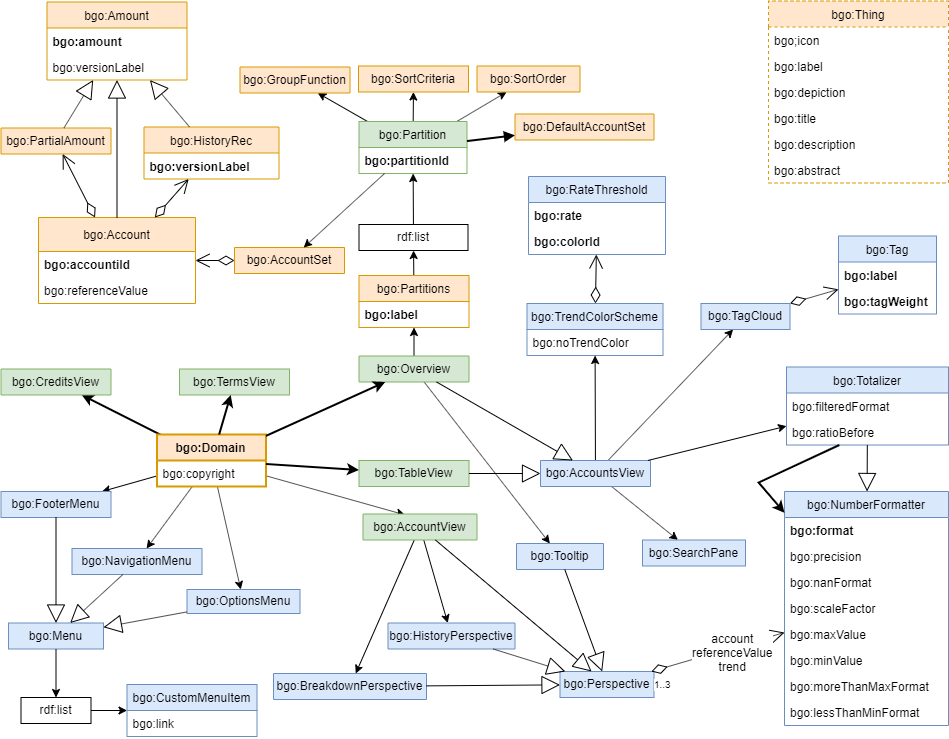
Earlier version of the draw.io export v1/bgo/doc/uml-diagram.png (linkeddatacenter/LODMAP-ontologies). Source tidied: cells renumbered, new cells last; positions are measured from the earlier drawing's top-left corner, leaving out a move shared by most shapes.
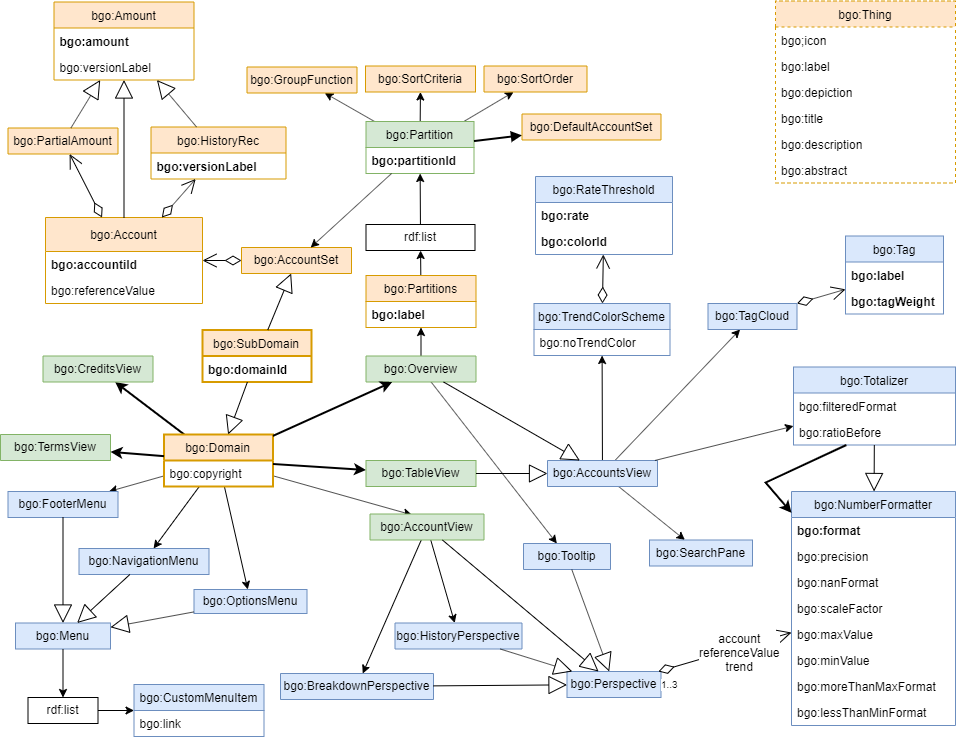
Later version of the same file.

Commit message:
added SubDomain class

Change to the diagram source:
```diff
@@ -94,7 +94,7 @@
     <mxCell id="31" style="edgeStyle=none;rounded=0;jettySize=auto;html=1;strokeWidth=1;" parent="1" edge="1" source="52" target="104">
       <mxGeometry relative="1" as="geometry" />
     </mxCell>
-    <mxCell id="32" value="bgo:Domain" style="swimlane;fontStyle=1;horizontal=1;startSize=26;fillColor=#ffe6cc;swimlaneFillColor=#ffffff;strokeColor=#d79b00;strokeWidth=2;" parent="1" vertex="1">
+    <mxCell id="32" value="bgo:Domain" style="swimlane;fontStyle=0;horizontal=1;startSize=26;fillColor=#ffe6cc;swimlaneFillColor=#ffffff;strokeColor=#d79b00;strokeWidth=2;" parent="1" vertex="1">
       <mxGeometry x="156.5" y="434" width="109" height="52" as="geometry" />
     </mxCell>
     <mxCell id="33" value="bgo:copyright" style="text;strokeColor=none;fillColor=none;align=left;verticalAlign=top;spacingLeft=4;spacingRight=4;overflow=hidden;" parent="32" vertex="1">
@@ -169,10 +169,10 @@
       <mxGeometry x="387.5" y="622.5" width="127" height="26" as="geometry" />
     </mxCell>
     <mxCell id="56" value="bgo:CreditsView" style="swimlane;fontStyle=0;horizontal=1;startSize=26;fillColor=#d5e8d4;swimlaneFillColor=#ffffff;strokeColor=#82b366;" parent="1" vertex="1" collapsed="1">
-      <mxGeometry x="0.5" y="368.5" width="110" height="26" as="geometry" />
+      <mxGeometry x="35.5" y="355.5" width="110" height="26" as="geometry" />
     </mxCell>
     <mxCell id="57" value="bgo:TermsView" style="swimlane;fontStyle=0;horizontal=1;startSize=26;fillColor=#d5e8d4;swimlaneFillColor=#ffffff;strokeColor=#82b366;" parent="1" vertex="1" collapsed="1">
-      <mxGeometry x="179" y="368.5" width="110" height="26" as="geometry" />
+      <mxGeometry x="-7" y="434" width="110" height="26" as="geometry" />
     </mxCell>
     <mxCell id="58" value="bgo:NavigationMenu" style="swimlane;fontStyle=0;horizontal=1;startSize=26;fillColor=#dae8fc;swimlaneFillColor=#ffffff;strokeColor=#6c8ebf;" parent="1" vertex="1" collapsed="1">
       <mxGeometry x="71.5" y="548" width="130" height="26" as="geometry" />
@@ -406,5 +406,17 @@
         </Array>
       </mxGeometry>
     </mxCell>
+    <mxCell id="132" value="bgo:SubDomain" style="swimlane;fontStyle=0;horizontal=1;startSize=26;fillColor=#ffe6cc;swimlaneFillColor=#ffffff;strokeColor=#d79b00;strokeWidth=2;" parent="1" vertex="1">
+      <mxGeometry x="195" y="329.5" width="109" height="52" as="geometry" />
+    </mxCell>
+    <mxCell id="133" value="bgo:domainId" style="text;strokeColor=none;fillColor=none;align=left;verticalAlign=top;spacingLeft=4;spacingRight=4;overflow=hidden;fontStyle=1;" parent="132" vertex="1">
+      <mxGeometry y="26" width="109" height="26" as="geometry" />
+    </mxCell>
+    <mxCell id="134" style="endArrow=block;endSize=16;endFill=0;html=1;" parent="1" edge="1" source="132" target="32">
+      <mxGeometry relative="1" as="geometry" />
+    </mxCell>
+    <mxCell id="135" style="endArrow=block;endSize=16;endFill=0;html=1;" parent="1" edge="1" source="132" target="34">
+      <mxGeometry relative="1" as="geometry" />
+    </mxCell>
   </root>
 </mxGraphModel>
```
